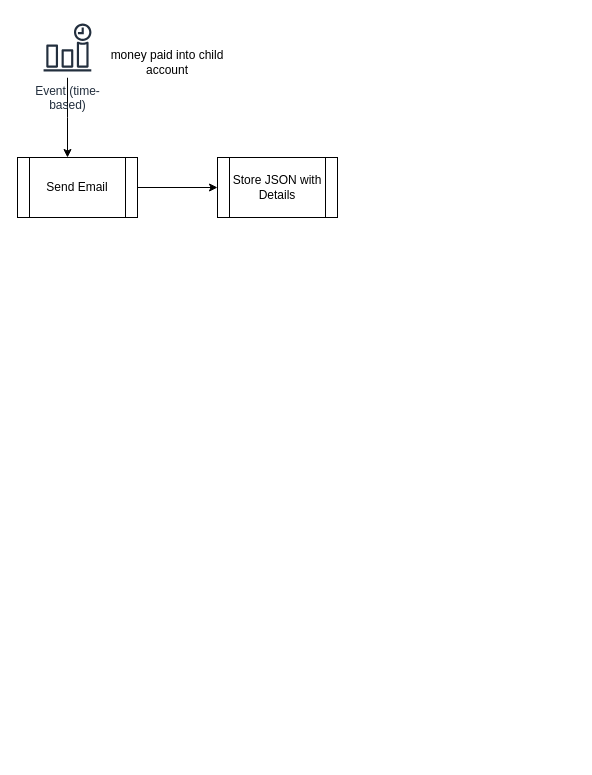
mattwatts36/drawings keeps this draw.io diagram as CaxtonNotifcationProcess.drawio. Above is the earlier version. Source tidied: cells renumbered, new cells numbered last; positions are measured from the earlier drawing's top-left corner, leaving out a move shared by most shapes. Both pictures are drawn from the tidied source at 100%, with x=0, y=0 at pixel (17, 17).
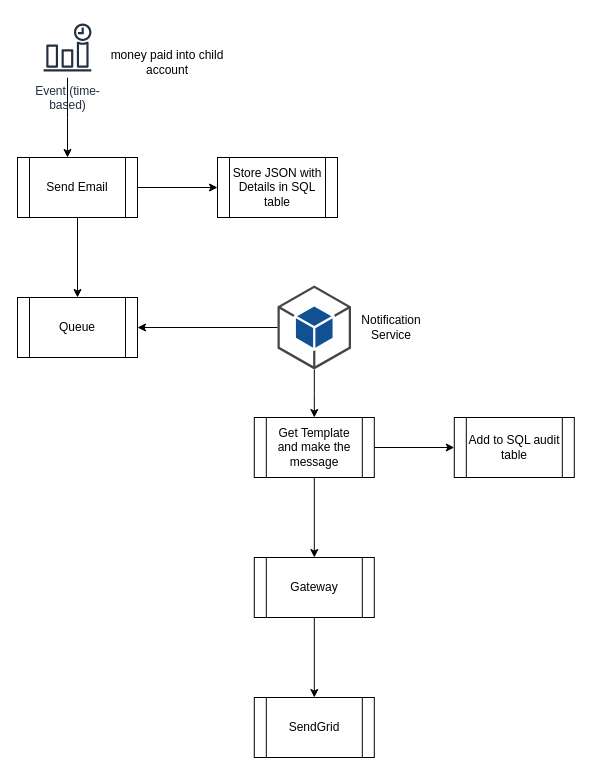
The same page after the edit.

The change refers to these unchanged cells:
```xml
<mxCell id="6" value="Send Email" style="shape=process;whiteSpace=wrap;html=1;backgroundOutline=1;" parent="1" vertex="1">
  <mxGeometry y="140" width="120" height="60" as="geometry" />
</mxCell>
```

Diff of the diagram source:
```diff
@@
+    <mxCell id="8" style="edgeStyle=orthogonalEdgeStyle;rounded=0;jettySize=auto;html=1;" parent="1" edge="1" source="6" target="9">
+      <mxGeometry relative="1" as="geometry" />
+    </mxCell>
@@
-    <mxCell id="7" value="Store JSON with Details" style="shape=process;whiteSpace=wrap;html=1;backgroundOutline=1;" parent="1" vertex="1">
+    <mxCell id="7" value="Store JSON with Details in SQL table" style="shape=process;whiteSpace=wrap;html=1;backgroundOutline=1;" parent="1" vertex="1">
       <mxGeometry x="200" y="140" width="120" height="60" as="geometry" />
     </mxCell>
+    <mxCell id="9" value="Queue" style="shape=process;whiteSpace=wrap;html=1;backgroundOutline=1;" parent="1" vertex="1">
+      <mxGeometry y="280" width="120" height="60" as="geometry" />
+    </mxCell>
+    <mxCell id="10" value="Notification Service" style="text;html=1;strokeColor=none;fillColor=none;align=center;verticalAlign=middle;whiteSpace=wrap;rounded=0;" parent="1" vertex="1">
+      <mxGeometry x="344" y="295" width="60" height="30" as="geometry" />
+    </mxCell>
+    <mxCell id="11" style="endArrow=classic;html=1;rounded=0;entryX=1;entryY=0.5;entryDx=0;entryDy=0;" parent="1" edge="1" source="16" target="9">
+      <mxGeometry relative="1" as="geometry" />
+    </mxCell>
+    <mxCell id="12" style="edgeStyle=orthogonalEdgeStyle;rounded=0;jettySize=auto;html=1;" parent="1" edge="1" source="14" target="18">
+      <mxGeometry relative="1" as="geometry" />
+    </mxCell>
+    <mxCell id="13" style="edgeStyle=orthogonalEdgeStyle;rounded=0;jettySize=auto;html=1;" parent="1" edge="1" source="14" target="20">
+      <mxGeometry relative="1" as="geometry" />
+    </mxCell>
+    <mxCell id="14" value="Get Template and make the message" style="shape=process;whiteSpace=wrap;html=1;backgroundOutline=1;" parent="1" vertex="1">
+      <mxGeometry x="236.8" y="400" width="120" height="60" as="geometry" />
+    </mxCell>
+    <mxCell id="15" style="edgeStyle=orthogonalEdgeStyle;rounded=0;jettySize=auto;html=1;" parent="1" edge="1" source="16" target="14">
+      <mxGeometry relative="1" as="geometry" />
+    </mxCell>
+    <mxCell id="16" style="outlineConnect=0;dashed=0;verticalLabelPosition=bottom;verticalAlign=top;align=center;html=1;shape=mxgraph.aws3.android;fillColor=#115193;gradientColor=none;" parent="1" vertex="1">
+      <mxGeometry x="260" y="268" width="73.5" height="84" as="geometry" />
+    </mxCell>
+    <mxCell id="17" style="edgeStyle=orthogonalEdgeStyle;rounded=0;jettySize=auto;html=1;" parent="1" edge="1" source="18" target="19">
+      <mxGeometry relative="1" as="geometry" />
+    </mxCell>
+    <mxCell id="18" value="Gateway" style="shape=process;whiteSpace=wrap;html=1;backgroundOutline=1;" parent="1" vertex="1">
+      <mxGeometry x="236.8" y="540" width="120" height="60" as="geometry" />
+    </mxCell>
+    <mxCell id="19" value="SendGrid" style="shape=process;whiteSpace=wrap;html=1;backgroundOutline=1;" parent="1" vertex="1">
+      <mxGeometry x="236.8" y="680" width="120" height="60" as="geometry" />
+    </mxCell>
+    <mxCell id="20" value="Add to SQL audit table" style="shape=process;whiteSpace=wrap;html=1;backgroundOutline=1;" parent="1" vertex="1">
+      <mxGeometry x="436.8" y="400" width="120" height="60" as="geometry" />
+    </mxCell>
```
